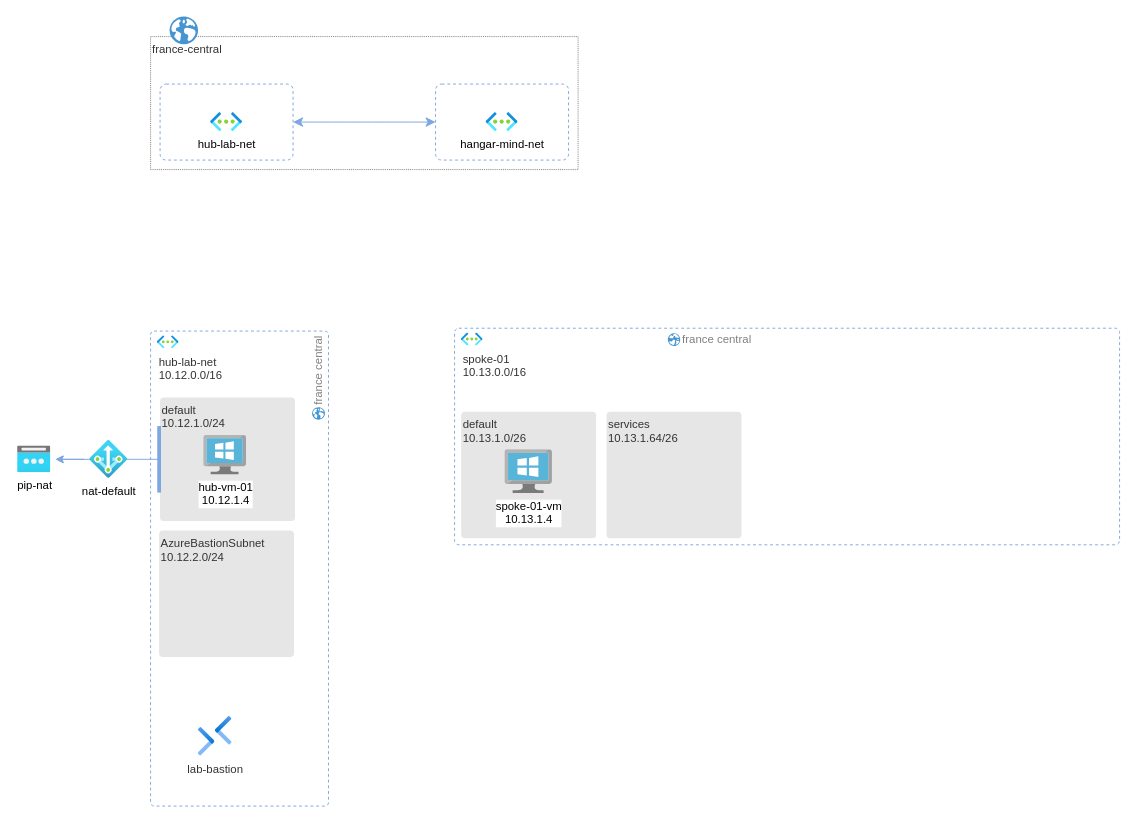
Before: architecture.drawio in nicolgit/AMA14-assignment, a draw.io diagram. Source tidied: cells renumbered, new cells numbered last; positions are measured from the earlier drawing's top-left corner, leaving out a move shared by most shapes. Both pictures are drawn from the tidied source at 95%, with x=0, y=0 at pixel (17, 16).
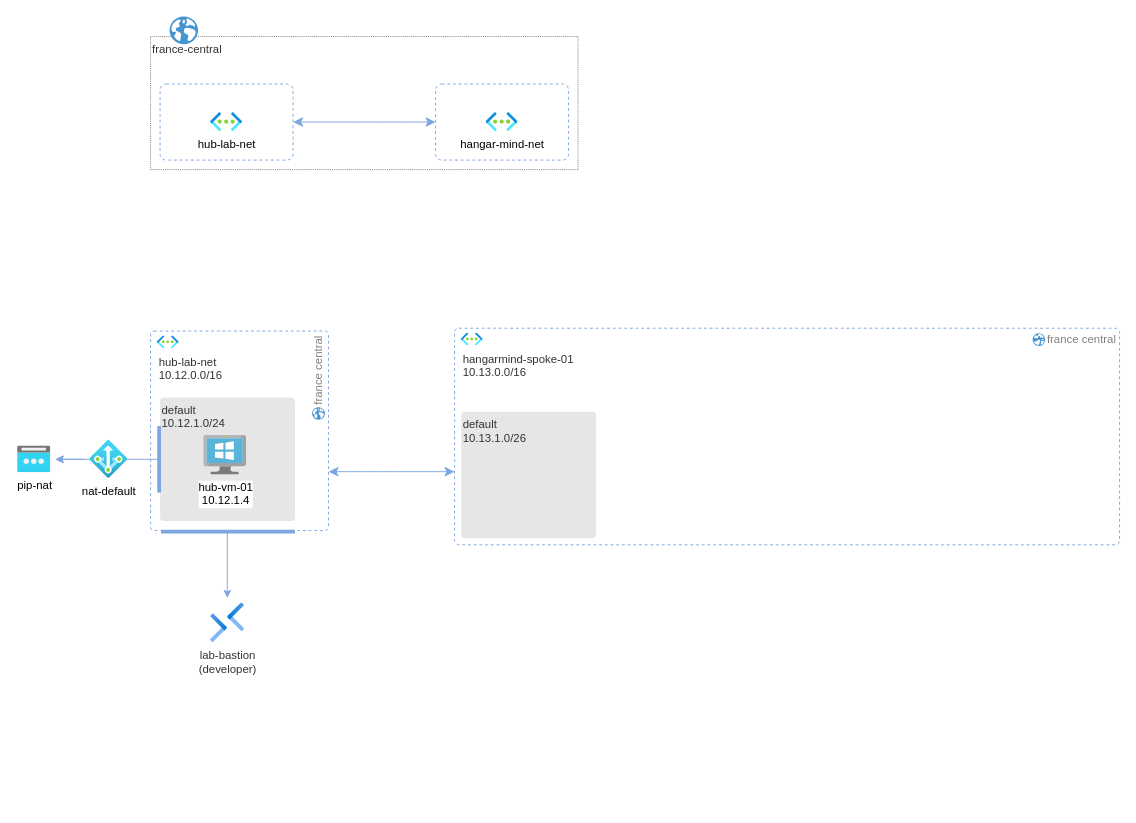
After the change.

The change refers to these unchanged cells:
```xml
<mxCell id="19" style="group;fontFamily=Helvetica;" parent="1" vertex="1">
  <mxGeometry x="460" y="328" width="700" height="228" as="geometry" />
</mxCell>
<mxCell id="23" style="group;fontFamily=Helvetica;" parent="19" vertex="1">
  <mxGeometry x="7" y="88" width="142" height="133" as="geometry" />
</mxCell>
```

Diff of the diagram source:
```diff
@@
+    <mxCell id="9" value="france-central" style="rounded=0;whiteSpace=wrap;html=1;fontSize=12;fillColor=none;strokeColor=#808080;dashed=1;dashPattern=1 1;verticalAlign=top;fontColor=#333333;align=left;" parent="1" vertex="1">
+      <mxGeometry x="140" y="21" width="450" height="140" as="geometry" />
+    </mxCell>
@@
-    <mxCell id="9" value="france-central" style="rounded=0;whiteSpace=wrap;html=1;fontSize=12;fillColor=none;strokeColor=#808080;dashed=1;dashPattern=1 1;verticalAlign=top;fontColor=#333333;align=left;" parent="1" vertex="1">
-      <mxGeometry x="140" y="21" width="450" height="140" as="geometry" />
-    </mxCell>
@@
     <mxCell id="11" style="rounded=1;whiteSpace=wrap;html=1;fontSize=16;dashed=1;strokeColor=#7EA6E0;arcSize=2;fontFamily=Helvetica;" parent="1" vertex="1">
-      <mxGeometry x="140" y="331" width="187.3" height="500" as="geometry" />
+      <mxGeometry x="140" y="331" width="187.3" height="210" as="geometry" />
     </mxCell>
@@
-    <mxCell id="16" value="AzureBastionSubnet&lt;br&gt;10.12.2.0/24" style="rounded=1;whiteSpace=wrap;html=1;fontSize=12;arcSize=3;strokeColor=none;fillColor=#E6E6E6;fontColor=#333333;align=left;verticalAlign=top;fontFamily=Helvetica;" parent="1" vertex="1">
-      <mxGeometry x="149" y="541" width="142" height="133" as="geometry" />
-    </mxCell>
-    <mxCell id="17" value="lab-bastion" style="image;html=1;align=center;fontSize=12;image=img/lib/azure2/networking/Bastions.svg;fontColor=#333333;fontFamily=Helvetica;" parent="1" vertex="1">
-      <mxGeometry x="190" y="736.5" width="35.8" height="42" as="geometry" />
+    <mxCell id="17" value="lab-bastion&lt;div&gt;(developer)&lt;/div&gt;" style="image;html=1;align=center;fontSize=12;image=img/lib/azure2/networking/Bastions.svg;fontColor=#333333;fontFamily=Helvetica;" parent="1" vertex="1">
+      <mxGeometry x="203.1" y="617" width="35.8" height="42" as="geometry" />
     </mxCell>
@@
-    <mxCell id="21" value="spoke-01&lt;br&gt;10.13.0.0/16" style="html=1;align=left;image;fontSize=12;image=img/lib/azure2/networking/Virtual_Networks.svg;fontColor=#333333;fontFamily=Helvetica;" parent="19" vertex="1">
+    <mxCell id="21" value="hangarmind-spoke-01&lt;br&gt;10.13.0.0/16" style="html=1;align=left;image;fontSize=12;image=img/lib/azure2/networking/Virtual_Networks.svg;fontColor=#333333;fontFamily=Helvetica;" parent="19" vertex="1">
       <mxGeometry x="7" y="5" width="23" height="13.7" as="geometry" />
     </mxCell>
-    <mxCell id="22" value="services&lt;br&gt;10.13.1.64/26" style="rounded=1;whiteSpace=wrap;html=1;fontSize=12;arcSize=3;strokeColor=none;fillColor=#E6E6E6;align=left;verticalAlign=top;fontColor=#333333;fontFamily=Helvetica;" parent="19" vertex="1">
-      <mxGeometry x="160" y="88" width="142" height="133" as="geometry" />
-    </mxCell>
@@
-    <mxCell id="25" value="spoke-01-vm&lt;br&gt;10.13.1.4" style="image;sketch=0;html=1;align=center;fontSize=12;image=img/lib/mscae/VirtualMachineWindows.svg;fontFamily=Helvetica;" parent="23" vertex="1">
-      <mxGeometry x="46" y="40" width="50" height="46" as="geometry" />
-    </mxCell>
     <mxCell id="26" value="france central" style="shadow=0;dashed=0;html=1;strokeColor=none;fillColor=#4495D1;labelPosition=right;verticalLabelPosition=middle;verticalAlign=middle;align=left;shape=mxgraph.veeam.globe;fontSize=12;fontColor=#808080;direction=south;rotation=0;fontFamily=Helvetica;" parent="19" vertex="1">
-      <mxGeometry x="224.5" y="5.2" width="13" height="13.5" as="geometry" />
+      <mxGeometry x="608.5" y="5.2" width="13" height="13.5" as="geometry" />
     </mxCell>
@@
+    <mxCell id="32" style="endArrow=classic;startArrow=classic;html=1;rounded=0;fontSize=12;startSize=8;endSize=8;curved=1;strokeColor=#7EA6E0;exitX=1;exitY=0.5;exitDx=0;exitDy=0;" parent="1" edge="1">
+      <mxGeometry relative="1" as="geometry">
+        <mxPoint x="327.3" y="479" as="sourcePoint" />
+        <mxPoint x="460" y="479" as="targetPoint" />
+      </mxGeometry>
+    </mxCell>
+    <mxCell id="33" style="endArrow=none;html=1;rounded=0;strokeWidth=3.937;strokeColor=#7EA6E0;" parent="1" edge="1">
+      <mxGeometry relative="1" as="geometry">
+        <mxPoint x="151" y="542" as="sourcePoint" />
+        <mxPoint x="292" y="542" as="targetPoint" />
+      </mxGeometry>
+    </mxCell>
+    <mxCell id="34" style="endArrow=classic;html=1;rounded=0;strokeColor=#7EA6E0;" parent="1" edge="1">
+      <mxGeometry relative="1" as="geometry">
+        <mxPoint x="220.8" y="542" as="sourcePoint" />
+        <mxPoint x="220.8" y="612" as="targetPoint" />
+        <Array as="points">
+          <mxPoint x="220.8" y="602" />
+        </Array>
+      </mxGeometry>
+    </mxCell>
```
